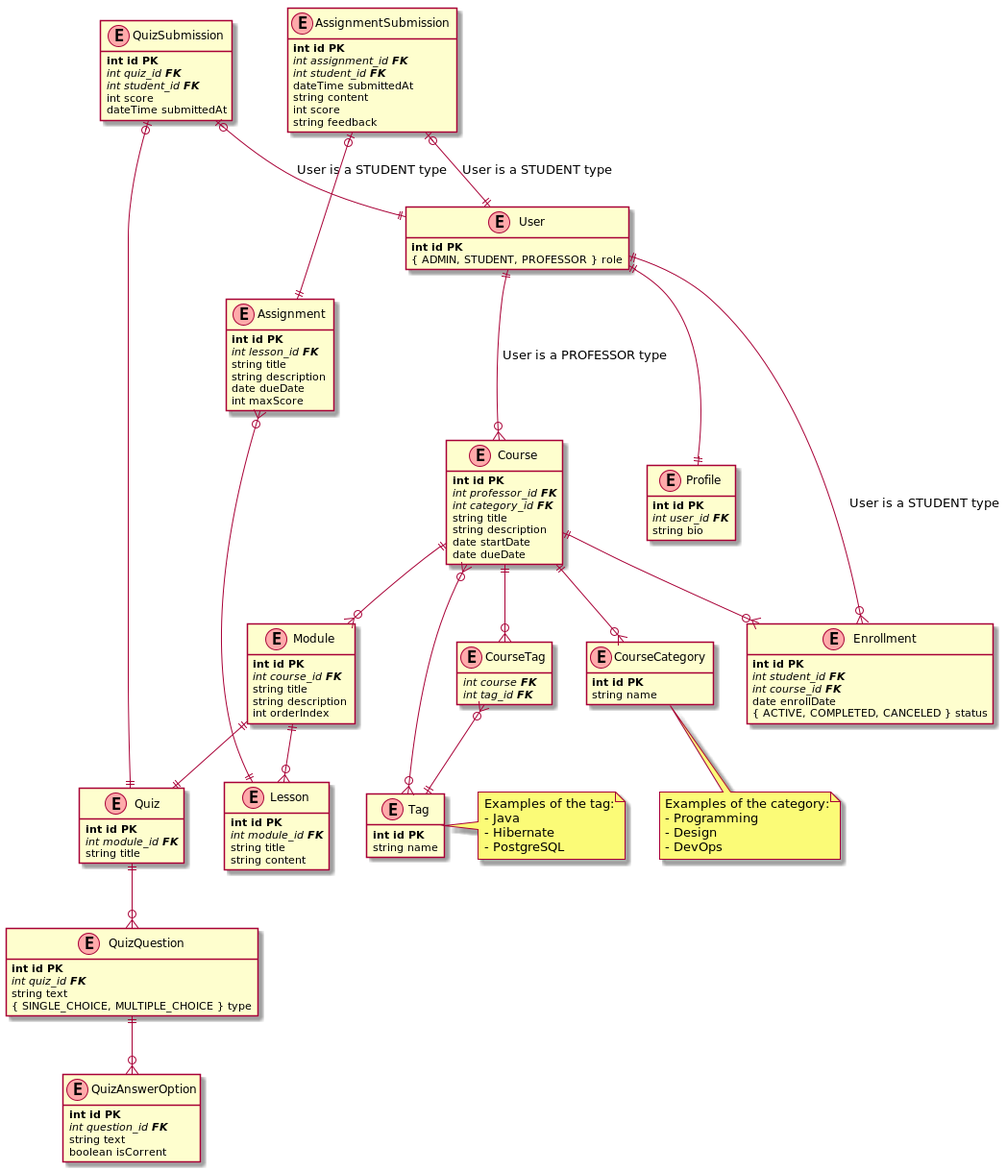
Earlier version of the PlantUML export docs/db_scheme.png (castlele/learning-platform). Its source is kept beside it as docs/db_scheme.puml.
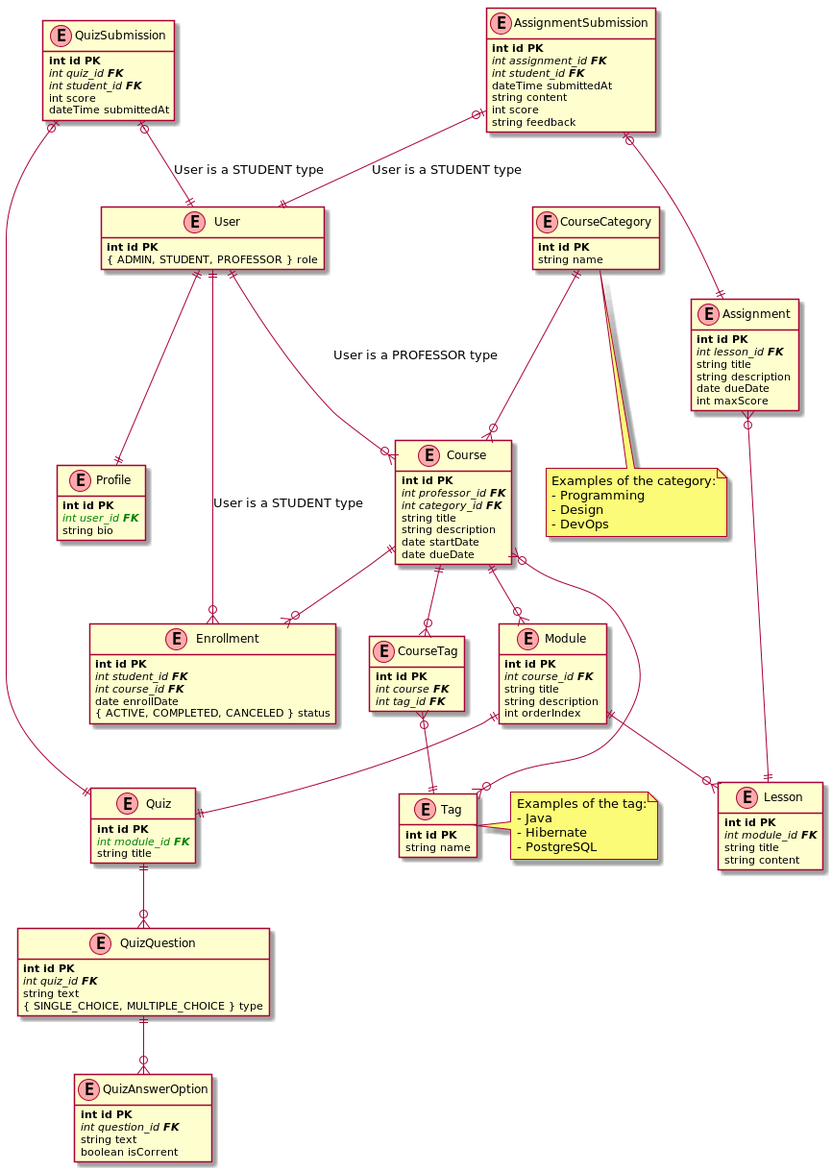
The same file after the commit.

Commit message:
docs(db-scheme): make one-to-one relationships more obvious

The edit, as a diff of the source:
```diff
@@ -17,7 +17,7 @@
 
 Table(Profile) {
     primary_key(id)
-    foreign_key(user_id)
+    unique(foreign_key(user_id))
     string bio
 }
 
@@ -37,6 +37,7 @@
 }
 
 Table(CourseTag) {
+    primary_key(id)
     foreign_key(course)
     foreign_key(tag_id)
 }
@@ -64,7 +65,7 @@
 
 Table(Quiz) {
     primary_key(id)
-    foreign_key(module_id)
+    unique(foreign_key(module_id))
     string title
 }
 
@@ -138,7 +139,7 @@
 Course ||--o{ CourseTag
 CourseTag }o--|| Tag
 Course }o--o{ Tag
-Course ||--o{ CourseCategory
+CourseCategory ||--o{ Course
 Course ||--o{ Enrollment
 Course ||--o{ Module
 Module ||--o{ Lesson
```
